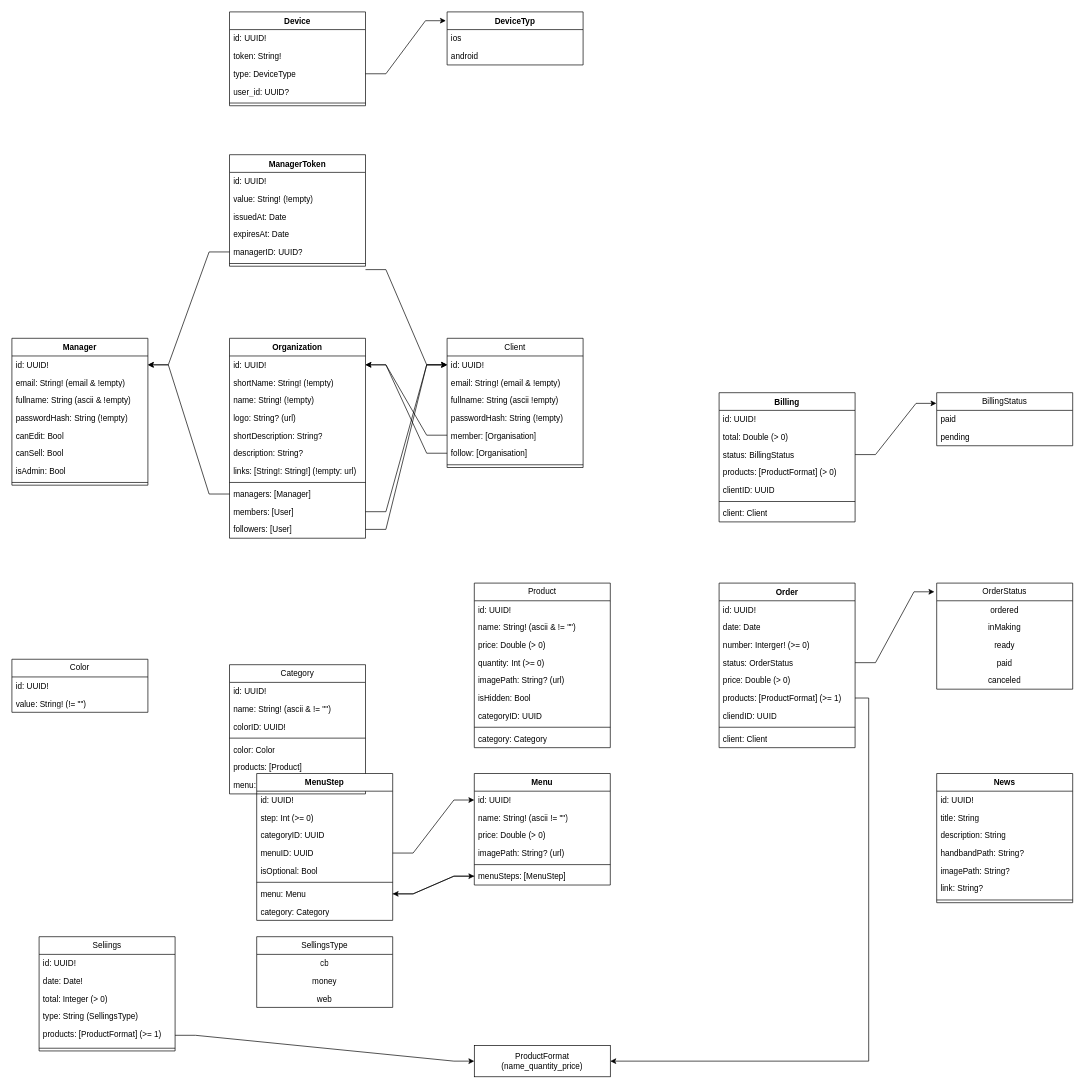
Earlier version of the draw.io diagram Labeli DB.drawio (FlorianClaisse/drawio). Source tidied: cells renumbered, new cells numbered last; positions are measured from the earlier drawing's top-left corner, leaving out a move shared by most shapes. Both pictures are drawn from the tidied source at 68%, with x=0, y=0 at pixel (12, 12).
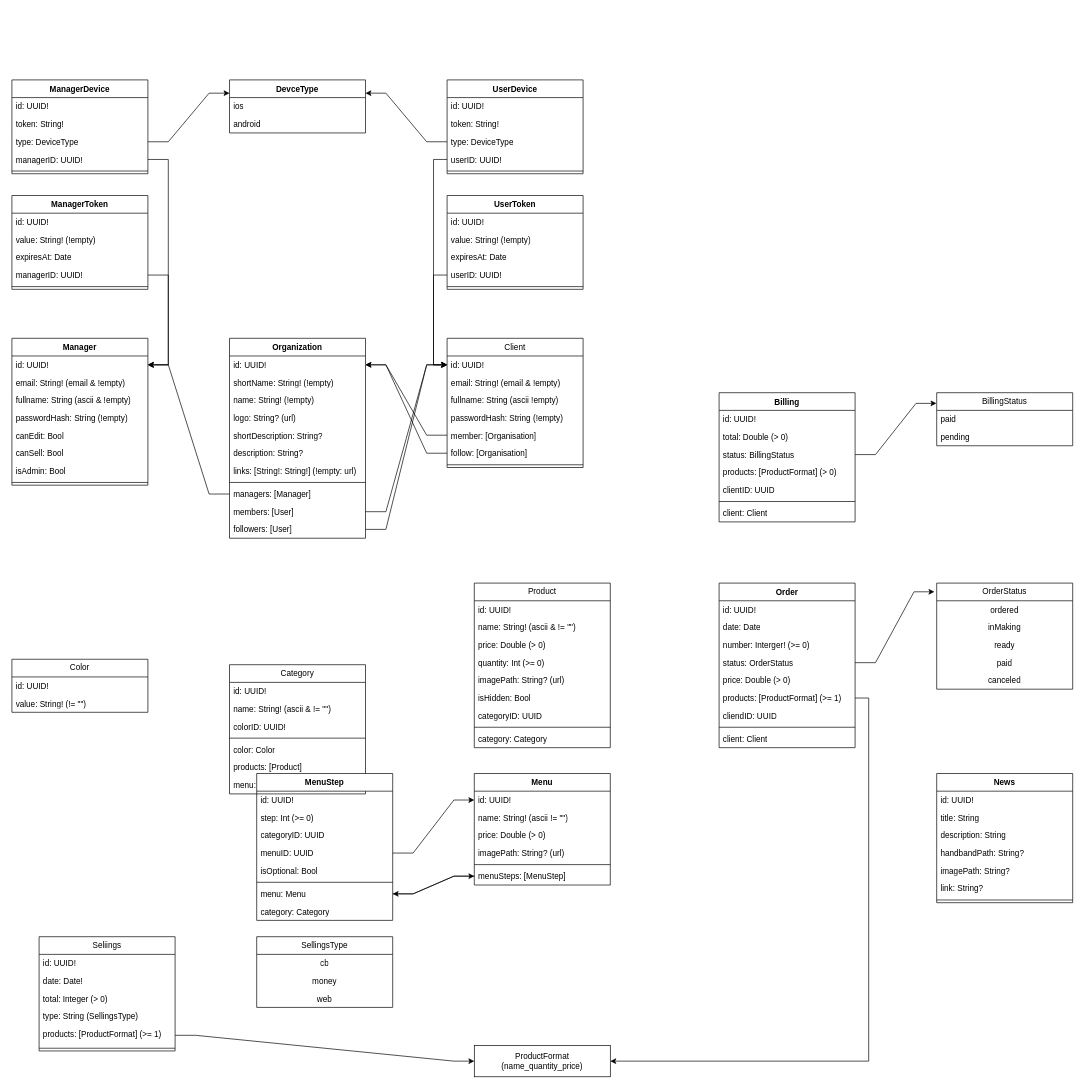
The same diagram, later.

Commit message (it also covers changes not shown here):
Mettre à jour Labeli DB.drawio

Unchanged cells that the change refers to:
```xml
<mxCell id="12" value="id: UUID!" style="text;strokeColor=none;fillColor=none;align=left;verticalAlign=top;spacingLeft=4;spacingRight=4;overflow=hidden;points=[[0,0.5],[1,0.5]];portConstraint=eastwest;whiteSpace=wrap;html=1;" parent="11" vertex="1">
  <mxGeometry y="26" width="200" height="26" as="geometry" />
</mxCell>
<mxCell id="33" value="id: UUID!" style="text;strokeColor=none;fillColor=none;align=left;verticalAlign=top;spacingLeft=4;spacingRight=4;overflow=hidden;points=[[0,0.5],[1,0.5]];portConstraint=eastwest;whiteSpace=wrap;html=1;" parent="32" vertex="1">
  <mxGeometry y="26" width="200" height="26" as="geometry" />
</mxCell>
<mxCell id="139" value="type: DeviceType" style="text;strokeColor=none;fillColor=none;align=left;verticalAlign=top;spacingLeft=4;spacingRight=4;overflow=hidden;points=[[0,0.5],[1,0.5]];portConstraint=eastwest;whiteSpace=wrap;html=1;" parent="136" vertex="1">
  <mxGeometry y="78" width="200" height="26" as="geometry" />
</mxCell>
```

What changed in the source:
```diff
@@
     <mxCell id="41" value="ManagerToken" style="swimlane;fontStyle=1;align=center;verticalAlign=top;horizontal=1;startSize=26;whiteSpace=wrap;html=1;" parent="1" vertex="1">
-      <mxGeometry x="320" y="210" width="200" height="164" as="geometry" />
+      <mxGeometry y="270" width="200" height="138" as="geometry" />
     </mxCell>
@@
-    <mxCell id="44" value="issuedAt: Date" style="text;strokeColor=none;fillColor=none;align=left;verticalAlign=top;spacingLeft=4;spacingRight=4;overflow=hidden;whiteSpace=wrap;html=1;" parent="41" vertex="1">
-      <mxGeometry y="78" width="200" height="26" as="geometry" />
-    </mxCell>
     <mxCell id="45" value="expiresAt: Date" style="text;strokeColor=none;fillColor=none;align=left;verticalAlign=top;spacingLeft=4;spacingRight=4;overflow=hidden;whiteSpace=wrap;html=1;" parent="41" vertex="1">
-      <mxGeometry y="104" width="200" height="26" as="geometry" />
+      <mxGeometry y="78" width="200" height="26" as="geometry" />
     </mxCell>
-    <mxCell id="46" value="managerID: UUID?" style="text;strokeColor=none;fillColor=none;align=left;verticalAlign=top;spacingLeft=4;spacingRight=4;overflow=hidden;points=[[0,0.5],[1,0.5]];portConstraint=eastwest;whiteSpace=wrap;html=1;" parent="41" vertex="1">
-      <mxGeometry y="130" width="200" height="26" as="geometry" />
+    <mxCell id="46" value="managerID: UUID!" style="text;strokeColor=none;fillColor=none;align=left;verticalAlign=top;spacingLeft=4;spacingRight=4;overflow=hidden;points=[[0,0.5],[1,0.5]];portConstraint=eastwest;whiteSpace=wrap;html=1;" parent="41" vertex="1">
+      <mxGeometry y="104" width="200" height="26" as="geometry" />
     </mxCell>
     <mxCell id="47" style="line;strokeWidth=1;fillColor=none;align=left;verticalAlign=middle;spacingTop=-1;spacingLeft=3;spacingRight=3;labelPosition=right;strokeColor=inherit;" parent="41" vertex="1">
-      <mxGeometry y="156" width="200" height="8" as="geometry" />
+      <mxGeometry y="130" width="200" height="8" as="geometry" />
     </mxCell>
@@
-    <mxCell id="134" style="edgeStyle=entityRelationEdgeStyle;rounded=0;jettySize=auto;html=1;exitX=0;exitY=0.5;exitDx=0;exitDy=0;entryX=1;entryY=0.5;entryDx=0;entryDy=0;" parent="1" edge="1" source="46" target="33">
-      <mxGeometry relative="1" as="geometry" />
-    </mxCell>
-    <mxCell id="135" style="edgeStyle=entityRelationEdgeStyle;rounded=0;jettySize=auto;html=1;exitX=1;exitY=0.5;exitDx=0;exitDy=0;entryX=0;entryY=0.5;entryDx=0;entryDy=0;" parent="1" edge="1" target="12">
-      <mxGeometry relative="1" as="geometry">
-        <mxPoint x="520" y="379" as="sourcePoint" />
-      </mxGeometry>
-    </mxCell>
-    <mxCell id="136" value="Device" style="swimlane;fontStyle=1;align=center;verticalAlign=top;horizontal=1;startSize=26;whiteSpace=wrap;html=1;" parent="1" vertex="1">
-      <mxGeometry x="320" width="200" height="138" as="geometry" />
+    <mxCell id="136" value="ManagerDevice" style="swimlane;fontStyle=1;align=center;verticalAlign=top;horizontal=1;startSize=26;whiteSpace=wrap;html=1;" parent="1" vertex="1">
+      <mxGeometry y="100" width="200" height="138" as="geometry" />
     </mxCell>
@@
-    <mxCell id="140" value="user_id: UUID?" style="text;strokeColor=none;fillColor=none;align=left;verticalAlign=top;spacingLeft=4;spacingRight=4;overflow=hidden;points=[[0,0.5],[1,0.5]];portConstraint=eastwest;whiteSpace=wrap;html=1;" parent="136" vertex="1">
+    <mxCell id="140" value="managerID: UUID!" style="text;strokeColor=none;fillColor=none;align=left;verticalAlign=top;spacingLeft=4;spacingRight=4;overflow=hidden;points=[[0,0.5],[1,0.5]];portConstraint=eastwest;whiteSpace=wrap;html=1;" parent="136" vertex="1">
       <mxGeometry y="104" width="200" height="26" as="geometry" />
     </mxCell>
@@
-    <mxCell id="142" value="DeviceTyp" style="swimlane;fontStyle=1;align=center;verticalAlign=top;horizontal=1;startSize=26;whiteSpace=wrap;html=1;" parent="1" vertex="1">
-      <mxGeometry x="640" width="200" height="78" as="geometry" />
-    </mxCell>
+    <mxCell id="146" value="UserToken" style="swimlane;fontStyle=1;align=center;verticalAlign=top;horizontal=1;startSize=26;whiteSpace=wrap;html=1;" parent="1" vertex="1">
+      <mxGeometry x="640" y="270" width="200" height="138" as="geometry" />
+    </mxCell>
+    <mxCell id="147" value="id: UUID!" style="text;strokeColor=none;fillColor=none;align=left;verticalAlign=top;spacingLeft=4;spacingRight=4;overflow=hidden;whiteSpace=wrap;html=1;" parent="146" vertex="1">
+      <mxGeometry y="26" width="200" height="26" as="geometry" />
+    </mxCell>
+    <mxCell id="148" value="value: String! (!empty)" style="text;strokeColor=none;fillColor=none;align=left;verticalAlign=top;spacingLeft=4;spacingRight=4;overflow=hidden;whiteSpace=wrap;html=1;" parent="146" vertex="1">
+      <mxGeometry y="52" width="200" height="26" as="geometry" />
+    </mxCell>
+    <mxCell id="149" value="expiresAt: Date" style="text;strokeColor=none;fillColor=none;align=left;verticalAlign=top;spacingLeft=4;spacingRight=4;overflow=hidden;whiteSpace=wrap;html=1;" parent="146" vertex="1">
+      <mxGeometry y="78" width="200" height="26" as="geometry" />
+    </mxCell>
+    <mxCell id="150" value="userID: UUID!" style="text;strokeColor=none;fillColor=none;align=left;verticalAlign=top;spacingLeft=4;spacingRight=4;overflow=hidden;points=[[0,0.5],[1,0.5]];portConstraint=eastwest;whiteSpace=wrap;html=1;" parent="146" vertex="1">
+      <mxGeometry y="104" width="200" height="26" as="geometry" />
+    </mxCell>
+    <mxCell id="151" style="line;strokeWidth=1;fillColor=none;align=left;verticalAlign=middle;spacingTop=-1;spacingLeft=3;spacingRight=3;labelPosition=right;strokeColor=inherit;" parent="146" vertex="1">
+      <mxGeometry y="130" width="200" height="8" as="geometry" />
+    </mxCell>
+    <mxCell id="134" style="edgeStyle=entityRelationEdgeStyle;rounded=0;jettySize=auto;html=1;exitX=1;exitY=0.5;exitDx=0;exitDy=0;entryX=1;entryY=0.5;entryDx=0;entryDy=0;" parent="1" edge="1" source="46" target="33">
+      <mxGeometry relative="1" as="geometry" />
+    </mxCell>
+    <mxCell id="152" style="edgeStyle=orthogonalEdgeStyle;rounded=0;jettySize=auto;html=1;exitX=0;exitY=0.5;exitDx=0;exitDy=0;entryX=0;entryY=0.5;entryDx=0;entryDy=0;" parent="1" edge="1" source="150" target="12">
+      <mxGeometry relative="1" as="geometry" />
+    </mxCell>
+    <mxCell id="153" style="edgeStyle=entityRelationEdgeStyle;rounded=0;jettySize=auto;html=1;exitX=1;exitY=0.5;exitDx=0;exitDy=0;entryX=1;entryY=0.5;entryDx=0;entryDy=0;" parent="1" edge="1" source="140" target="33">
+      <mxGeometry relative="1" as="geometry" />
+    </mxCell>
+    <mxCell id="154" value="UserDevice" style="swimlane;fontStyle=1;align=center;verticalAlign=top;horizontal=1;startSize=26;whiteSpace=wrap;html=1;" parent="1" vertex="1">
+      <mxGeometry x="640" y="100" width="200" height="138" as="geometry" />
+    </mxCell>
+    <mxCell id="155" value="id: UUID!" style="text;strokeColor=none;fillColor=none;align=left;verticalAlign=top;spacingLeft=4;spacingRight=4;overflow=hidden;whiteSpace=wrap;html=1;" parent="154" vertex="1">
+      <mxGeometry y="26" width="200" height="26" as="geometry" />
+    </mxCell>
+    <mxCell id="156" value="token: String!" style="text;strokeColor=none;fillColor=none;align=left;verticalAlign=top;spacingLeft=4;spacingRight=4;overflow=hidden;whiteSpace=wrap;html=1;" parent="154" vertex="1">
+      <mxGeometry y="52" width="200" height="26" as="geometry" />
+    </mxCell>
+    <mxCell id="157" value="type: DeviceType" style="text;strokeColor=none;fillColor=none;align=left;verticalAlign=top;spacingLeft=4;spacingRight=4;overflow=hidden;points=[[0,0.5],[1,0.5]];portConstraint=eastwest;whiteSpace=wrap;html=1;" parent="154" vertex="1">
+      <mxGeometry y="78" width="200" height="26" as="geometry" />
+    </mxCell>
+    <mxCell id="158" value="userID: UUID!" style="text;strokeColor=none;fillColor=none;align=left;verticalAlign=top;spacingLeft=4;spacingRight=4;overflow=hidden;points=[[0,0.5],[1,0.5]];portConstraint=eastwest;whiteSpace=wrap;html=1;" parent="154" vertex="1">
+      <mxGeometry y="104" width="200" height="26" as="geometry" />
+    </mxCell>
+    <mxCell id="159" style="line;strokeWidth=1;fillColor=none;align=left;verticalAlign=middle;spacingTop=-1;spacingLeft=3;spacingRight=3;labelPosition=right;strokeColor=inherit;" parent="154" vertex="1">
+      <mxGeometry y="130" width="200" height="8" as="geometry" />
+    </mxCell>
+    <mxCell id="160" style="edgeStyle=orthogonalEdgeStyle;rounded=0;jettySize=auto;html=1;exitX=0;exitY=0.5;exitDx=0;exitDy=0;entryX=0;entryY=0.5;entryDx=0;entryDy=0;" parent="1" edge="1" source="158" target="12">
+      <mxGeometry relative="1" as="geometry" />
+    </mxCell>
+    <mxCell id="161" value="DevceType" style="swimlane;fontStyle=1;align=center;verticalAlign=top;horizontal=1;startSize=26;whiteSpace=wrap;html=1;" parent="1" vertex="1">
+      <mxGeometry x="320" y="100" width="200" height="78" as="geometry" />
+    </mxCell>
-    <mxCell id="143" value="ios" style="text;strokeColor=none;fillColor=none;align=left;verticalAlign=top;spacingLeft=4;spacingRight=4;overflow=hidden;whiteSpace=wrap;html=1;" parent="142" vertex="1">
+    <mxCell id="143" value="ios" style="text;strokeColor=none;fillColor=none;align=left;verticalAlign=top;spacingLeft=4;spacingRight=4;overflow=hidden;whiteSpace=wrap;html=1;" parent="161" vertex="1">
       <mxGeometry y="26" width="200" height="26" as="geometry" />
     </mxCell>
-    <mxCell id="144" value="android" style="text;strokeColor=none;fillColor=none;align=left;verticalAlign=top;spacingLeft=4;spacingRight=4;overflow=hidden;whiteSpace=wrap;html=1;" parent="142" vertex="1">
+    <mxCell id="144" value="android" style="text;strokeColor=none;fillColor=none;align=left;verticalAlign=top;spacingLeft=4;spacingRight=4;overflow=hidden;whiteSpace=wrap;html=1;" parent="161" vertex="1">
       <mxGeometry y="52" width="200" height="26" as="geometry" />
     </mxCell>
-    <mxCell id="145" style="edgeStyle=entityRelationEdgeStyle;rounded=0;jettySize=auto;html=1;exitX=1;exitY=0.5;exitDx=0;exitDy=0;entryX=-0.009;entryY=0.166;entryDx=0;entryDy=0;entryPerimeter=0;" parent="1" edge="1" source="139" target="142">
-      <mxGeometry relative="1" as="geometry" />
-    </mxCell>
+    <mxCell id="162" style="edgeStyle=entityRelationEdgeStyle;rounded=0;jettySize=auto;html=1;exitX=1;exitY=0.5;exitDx=0;exitDy=0;entryX=0;entryY=0.25;entryDx=0;entryDy=0;" parent="1" edge="1" source="139" target="161">
+      <mxGeometry relative="1" as="geometry" />
+    </mxCell>
+    <mxCell id="163" style="edgeStyle=entityRelationEdgeStyle;rounded=0;jettySize=auto;html=1;exitX=0;exitY=0.5;exitDx=0;exitDy=0;entryX=1;entryY=0.25;entryDx=0;entryDy=0;" parent="1" edge="1" source="157" target="161">
+      <mxGeometry relative="1" as="geometry" />
+    </mxCell>
```
